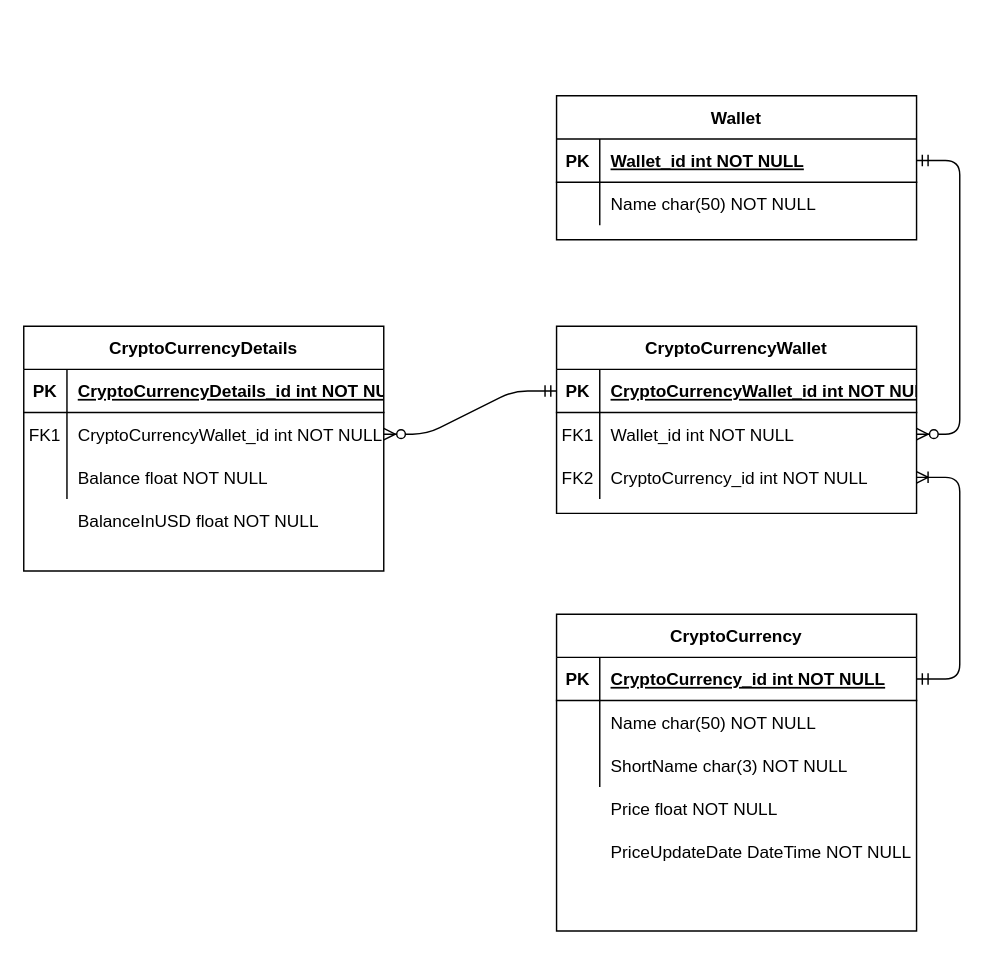
Earlier version of the draw.io diagram Documentation/Mockups/UML.drawio (Total1880/OlavCrypto). Source tidied: cells renumbered, new cells numbered last; positions are measured from the earlier drawing's top-left corner, leaving out a move shared by most shapes. Both pictures are drawn from the tidied source at 144%, with x=0, y=0 at pixel (23, 95).
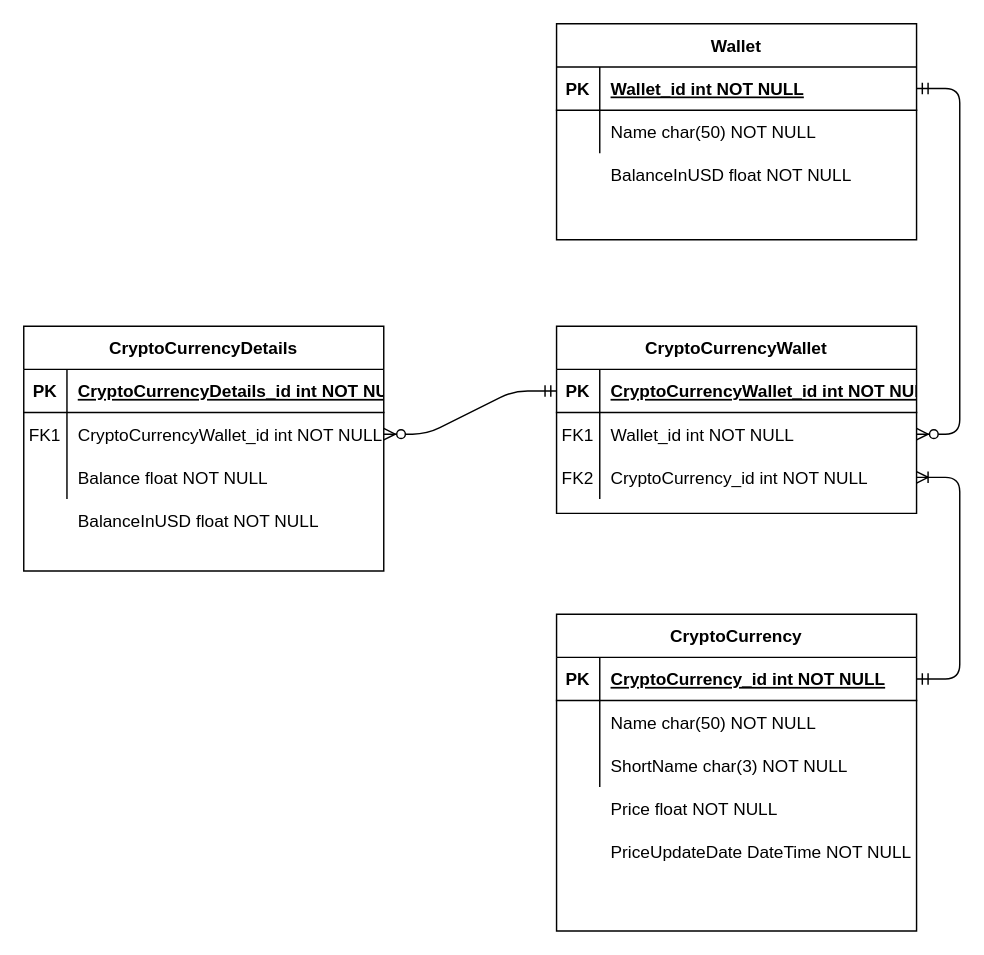
After the change.

Change to the diagram source:
```diff
@@
     <mxCell id="6" value="Wallet" style="shape=table;startSize=30;childLayout=tableLayout;rowLines=0;fontStyle=1;align=center;" parent="1" vertex="1">
-      <mxGeometry x="370" width="250" height="100" as="geometry" />
+      <mxGeometry x="370" y="-50" width="250" height="150" as="geometry" />
     </mxCell>
@@
+    <mxCell id="46" value="BalanceInUSD float NOT NULL" style="shape=partialRectangle;overflow=hidden;fillColor=none;top=0;left=0;bottom=0;right=0;align=left;spacingLeft=6;" parent="1" vertex="1">
+      <mxGeometry x="400" y="40" width="220" height="30" as="geometry" />
+    </mxCell>
```
